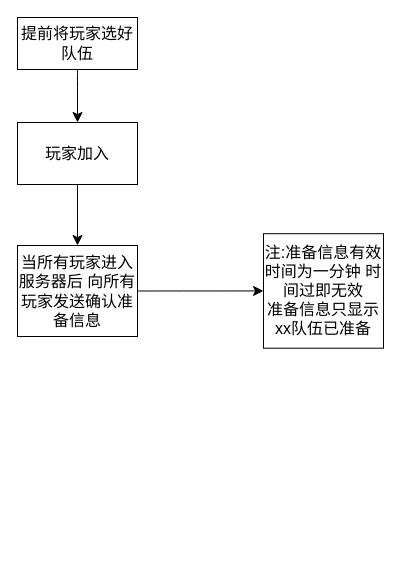
Earlier version of the draw.io diagram 未命名绘图.drawio (nothing-championship/what-it-this). Source tidied: cells renumbered, new cells numbered last; positions are measured from the earlier drawing's top-left corner, leaving out a move shared by most shapes. Both pictures are drawn from the tidied source at 100%, with x=0, y=0 at pixel (17, 17).
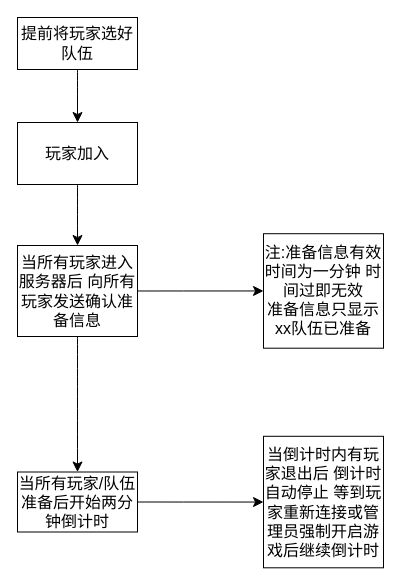
Above is the later version.

Commit message (it also covers changes not shown here):
更新未命名绘图.drawio

Diff of the diagram source:
```diff
@@
 <mxGraphModel>
   <root>
     <mxCell id="0" />
     <mxCell id="1" parent="0" />
     <mxCell id="2" style="edgeStyle=none;curved=1;rounded=0;jettySize=auto;html=1;fontSize=12;startSize=8;endSize=8;" parent="1" edge="1" source="3" target="5">
       <mxGeometry relative="1" as="geometry" />
     </mxCell>
     <mxCell id="3" value="提前将玩家选好队伍" style="whiteSpace=wrap;html=1;fontSize=16;" parent="1" vertex="1">
       <mxGeometry width="120" height="52" as="geometry" />
     </mxCell>
     <mxCell id="4" style="edgeStyle=none;curved=1;rounded=0;jettySize=auto;html=1;fontSize=12;startSize=8;endSize=8;" parent="1" edge="1" source="5" target="7">
       <mxGeometry relative="1" as="geometry" />
     </mxCell>
     <mxCell id="5" value="玩家加入" style="whiteSpace=wrap;html=1;fontSize=16;" parent="1" vertex="1">
       <mxGeometry y="105" width="120" height="62" as="geometry" />
     </mxCell>
     <mxCell id="6" style="edgeStyle=none;curved=1;rounded=0;jettySize=auto;html=1;fontSize=12;startSize=8;endSize=8;" parent="1" edge="1" source="7" target="8">
       <mxGeometry relative="1" as="geometry" />
     </mxCell>
+    <mxCell id="9" style="edgeStyle=none;curved=1;rounded=0;jettySize=auto;html=1;fontSize=12;startSize=8;endSize=8;" parent="1" edge="1" source="7" target="11">
+      <mxGeometry relative="1" as="geometry" />
+    </mxCell>
     <mxCell id="7" value="当所有玩家进入服务器后 向所有玩家发送确认准备信息" style="whiteSpace=wrap;html=1;fontSize=16;" parent="1" vertex="1">
       <mxGeometry y="228" width="120" height="91" as="geometry" />
     </mxCell>
     <mxCell id="8" value="注:准备信息有效时间为一分钟 时间过即无效&lt;br&gt;准备信息只显示xx队伍已准备" style="whiteSpace=wrap;html=1;fontSize=16;" parent="1" vertex="1">
       <mxGeometry x="246" y="216.2" width="120" height="114.5" as="geometry" />
     </mxCell>
+    <mxCell id="10" style="edgeStyle=none;curved=1;rounded=0;jettySize=auto;html=1;fontSize=12;startSize=8;endSize=8;" parent="1" edge="1" source="11" target="12">
+      <mxGeometry relative="1" as="geometry" />
+    </mxCell>
+    <mxCell id="11" value="当所有玩家/队伍准备后开始两分钟倒计时" style="whiteSpace=wrap;html=1;fontSize=16;" parent="1" vertex="1">
+      <mxGeometry y="454.5" width="120" height="60" as="geometry" />
+    </mxCell>
+    <mxCell id="12" value="当倒计时内有玩家退出后 倒计时自动停止 等到玩家重新连接或管理员强制开启游戏后继续倒计时" style="whiteSpace=wrap;html=1;fontSize=16;" parent="1" vertex="1">
+      <mxGeometry x="246" y="418.8" width="120" height="131.5" as="geometry" />
+    </mxCell>
   </root>
 </mxGraphModel>
```
